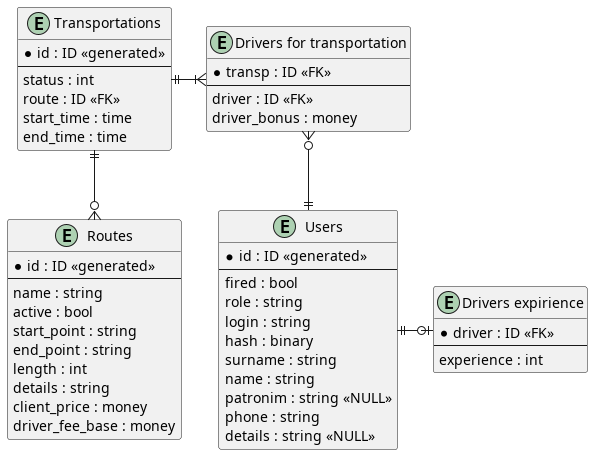
This is er/db.png from gur7en/kp4, a PlantUML export, as it was before one commit.
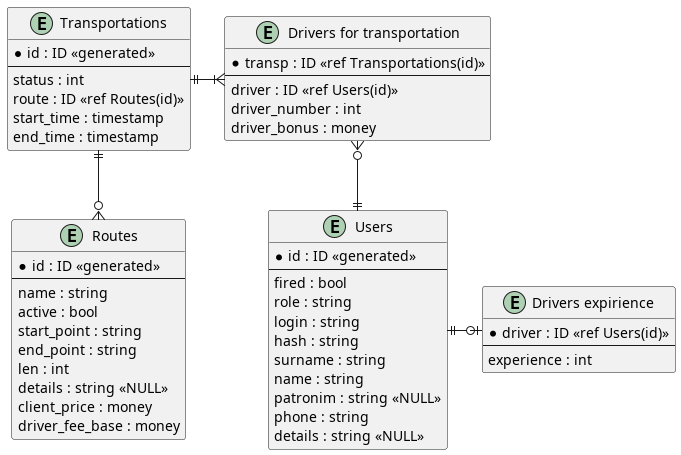
After the change.

Commit message:
add Class diagram, fix ER diagram

Diff of the diagram source:
```diff
@@ -8,7 +8,7 @@
     fired : bool
     role : string
     login : string
-    hash : binary
+    hash : string
     surname : string
     name : string
     patronim : string <<NULL>>
@@ -17,7 +17,7 @@
 }
 
 entity "Drivers expirience" as drv_exp {
-    *driver : ID <<FK>>
+    *driver : ID <<ref Users(id)>>
     --
     experience : int
 }
@@ -29,8 +29,8 @@
     active : bool
     start_point : string
     end_point : string
-    length : int
-    details : string
+    len : int
+    details : string <<NULL>>
     client_price : money
     driver_fee_base : money
 }
@@ -39,15 +39,16 @@
     *id : ID <<generated>>
     --
     status : int
-    route : ID <<FK>>
-    start_time : time
-    end_time : time
+    route : ID <<ref Routes(id)>>
+    start_time : timestamp
+    end_time : timestamp
 }
 
 entity "Drivers for transportation" as drv_transp {
-    *transp : ID <<FK>>
+    *transp : ID <<ref Transportations(id)>>
     --
-    driver : ID <<FK>>
+    driver : ID <<ref Users(id)>>
+    driver_number : int
     driver_bonus : money
 }
 
```
